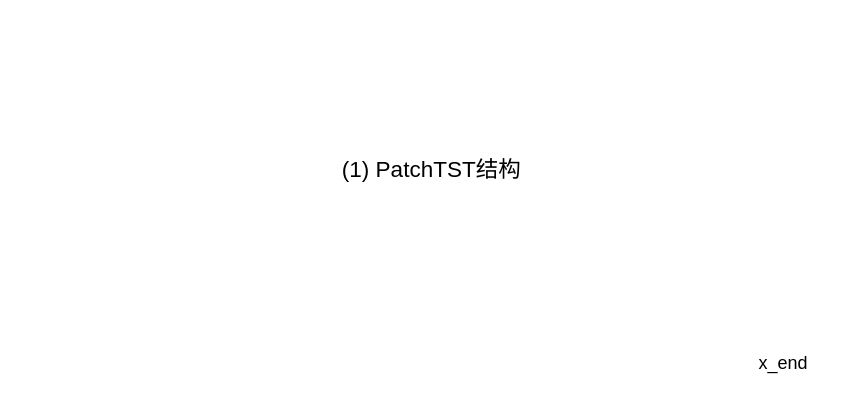
The draw.io diagram TSF_Transformer架构探讨.drawio in HALF111/Research_figures, before the edit. Source tidied: cells renumbered, new cells numbered last; positions are measured from the earlier drawing's top-left corner, leaving out a move shared by most shapes. Both pictures are drawn from the tidied source at 150%, with x=0, y=0 at pixel (326, 146).
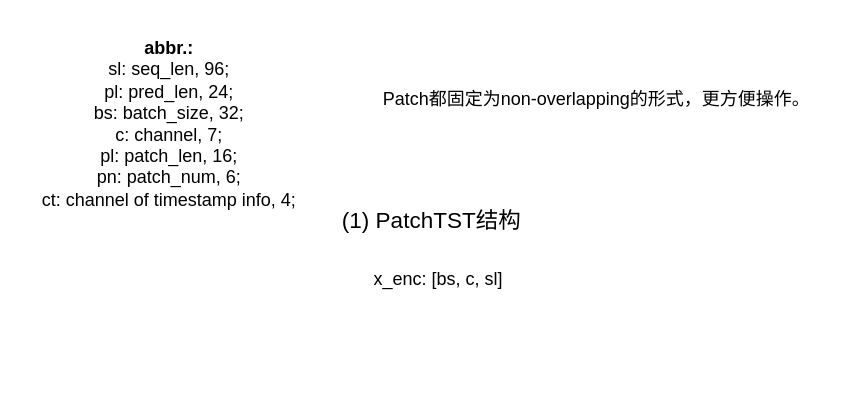
Above is the later version.

Commit message (it also covers changes not shown here):
更新TSF_Transformer架构探讨.drawio

The edit, as a diff of the source:
```diff
@@
 <mxGraphModel>
   <root>
     <mxCell id="0" />
     <mxCell id="1" parent="0" />
-    <mxCell id="2" value="x_end" style="text;html=1;align=center;verticalAlign=middle;whiteSpace=wrap;rounded=0;" parent="1" vertex="1">
-      <mxGeometry x="275" y="130" width="60" height="30" as="geometry" />
+    <mxCell id="2" value="x_enc: [bs, c, sl]" style="text;html=1;align=center;verticalAlign=middle;whiteSpace=wrap;rounded=0;" parent="1" vertex="1">
+      <mxGeometry y="74" width="150" height="30" as="geometry" />
     </mxCell>
     <mxCell id="3" value="&lt;font style=&quot;font-size: 15px;&quot;&gt;(1) PatchTST结构&lt;/font&gt;" style="text;html=1;align=center;verticalAlign=middle;strokeColor=none;fillColor=none;" parent="1" vertex="1">
-      <mxGeometry width="140" height="30" as="geometry" />
+      <mxGeometry y="34" width="140" height="30" as="geometry" />
     </mxCell>
+    <mxCell id="4" value="&lt;b&gt;abbr.:&lt;/b&gt;&lt;div&gt;sl: seq_len, 96;&lt;/div&gt;&lt;div&gt;pl: pred_len, 24;&lt;/div&gt;&lt;div&gt;bs: batch_size, 32;&lt;/div&gt;&lt;div&gt;c: channel, 7;&lt;/div&gt;&lt;div&gt;pl: patch_len, 16;&lt;/div&gt;&lt;div&gt;pn: patch_num, 6;&lt;/div&gt;&lt;div&gt;ct: channel of timestamp info, 4;&lt;/div&gt;" style="text;html=1;align=center;verticalAlign=middle;strokeColor=none;fillColor=none;" parent="1" vertex="1">
+      <mxGeometry x="-200" y="-80" width="190" height="130" as="geometry" />
+    </mxCell>
+    <mxCell id="5" value="Patch都固定为non-overlapping的形式，更方便操作。" style="text;html=1;align=center;verticalAlign=middle;strokeColor=none;fillColor=none;" parent="1" vertex="1">
+      <mxGeometry x="25" y="-46" width="310" height="30" as="geometry" />
+    </mxCell>
   </root>
 </mxGraphModel>
```
